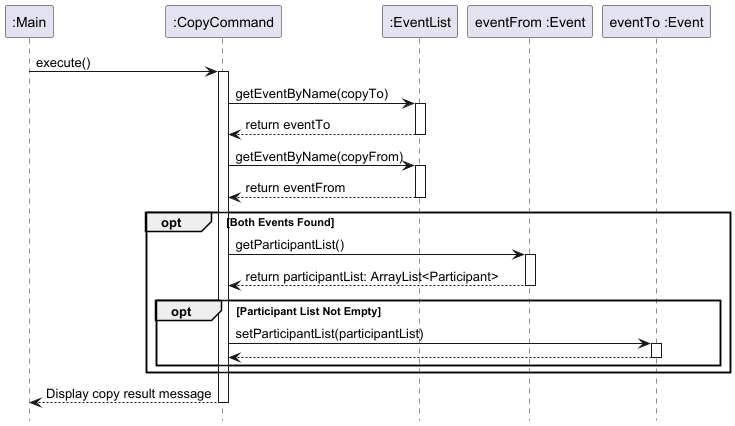
This is docs/images/CopyCommandSequenceDiagram.png from nus-cs2113-AY2425S1/tp, a PlantUML export, as it was before one commit. Its diagram source:
```plantuml
@startuml
hide footbox
participant ":Main" as Main
participant ":CopyCommand" as CC
participant ":EventList" as EL
participant "eventFrom :Event" as SourceEvent
participant "eventTo :Event" as DestEvent

Main -> CC: execute()
activate CC

CC -> EL: getEventByName(copyTo)
activate EL
EL --> CC: return eventTo
deactivate EL

CC -> EL: getEventByName(copyFrom)
activate EL
EL --> CC: return eventFrom
deactivate EL

opt Both Events Found
    CC -> SourceEvent: getParticipantList()
    activate SourceEvent
    SourceEvent --> CC: return participantList: ArrayList<Participant>
    deactivate SourceEvent

    opt Participant List Not Empty
        CC -> DestEvent: setParticipantList(participantList)
        activate DestEvent
        DestEvent --> CC
        deactivate DestEvent
    end opt

end opt

CC --> Main: Display copy result message
deactivate CC

@enduml
```
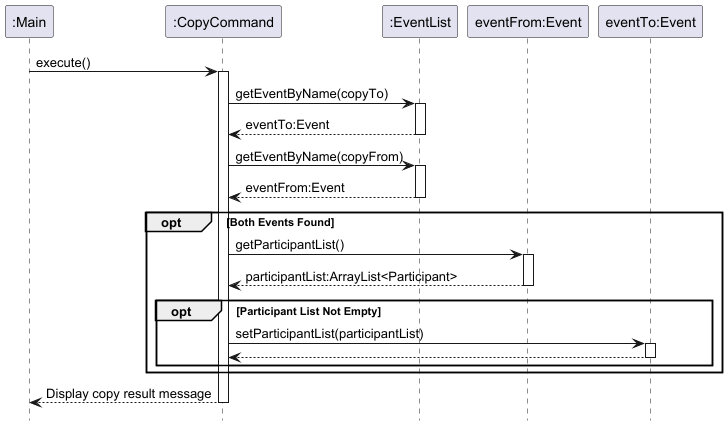
Later version of the same file.

What changed in the source:
```diff
@@ -3,26 +3,26 @@
 participant ":Main" as Main
 participant ":CopyCommand" as CC
 participant ":EventList" as EL
-participant "eventFrom :Event" as SourceEvent
-participant "eventTo :Event" as DestEvent
+participant "eventFrom:Event" as SourceEvent
+participant "eventTo:Event" as DestEvent
 
 Main -> CC: execute()
 activate CC
 
 CC -> EL: getEventByName(copyTo)
 activate EL
-EL --> CC: return eventTo
+EL --> CC: eventTo:Event
 deactivate EL
 
 CC -> EL: getEventByName(copyFrom)
 activate EL
-EL --> CC: return eventFrom
+EL --> CC: eventFrom:Event
 deactivate EL
 
 opt Both Events Found
     CC -> SourceEvent: getParticipantList()
     activate SourceEvent
-    SourceEvent --> CC: return participantList: ArrayList<Participant>
+    SourceEvent --> CC: participantList:ArrayList<Participant>
     deactivate SourceEvent
 
     opt Participant List Not Empty
```
